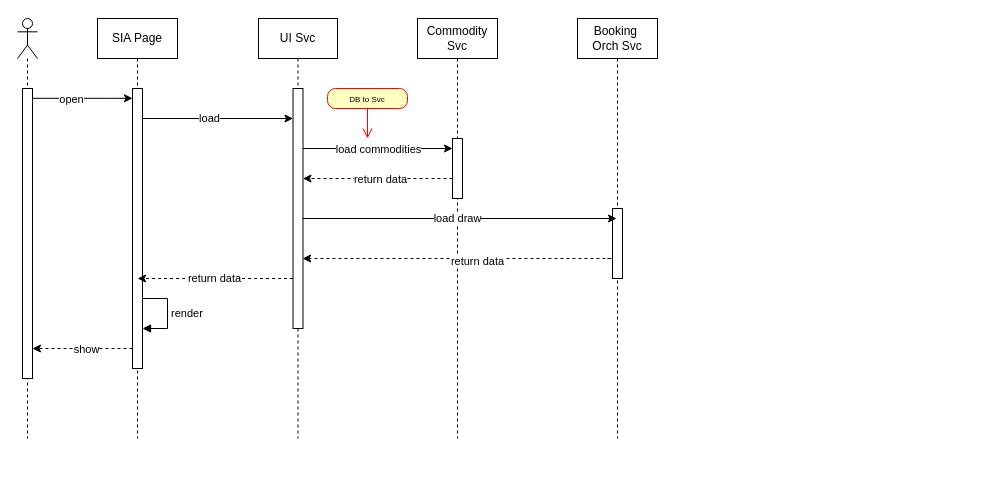
The draw.io diagram page "SIA Init" (2 of 3) of PO Architecure.drawio in TommyVV/chr-diagrams, before the edit. Source tidied: cells renumbered, new cells numbered last; positions are measured from the earlier drawing's top-left corner, leaving out a move shared by most shapes. Both pictures are drawn from the tidied source at 100%, with x=0, y=0 at pixel (17, 18).
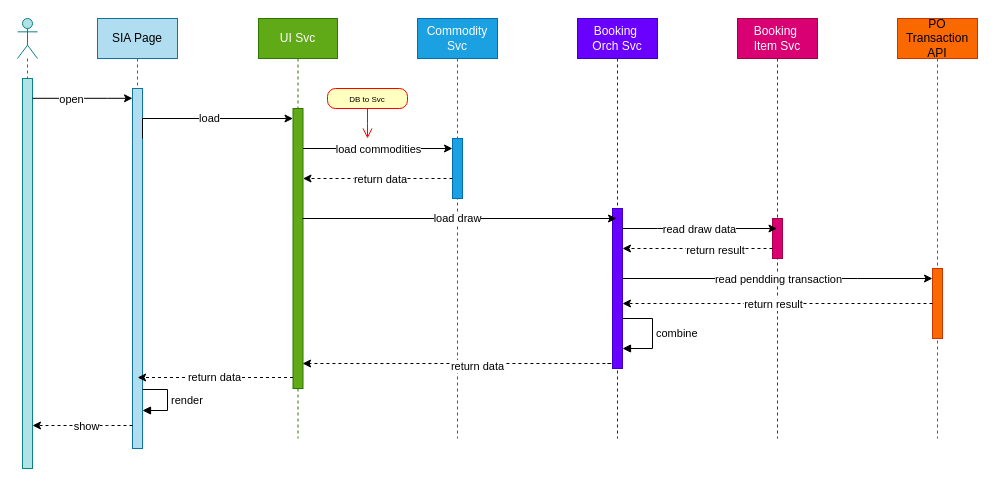
The same page after the edit.

Diff of the diagram source:
```diff
@@
-    <mxCell id="2" value="SIA Page" style="shape=umlLifeline;perimeter=lifelinePerimeter;whiteSpace=wrap;html=1;newEdgeStyle={&quot;curved&quot;:0,&quot;rounded&quot;:0};" parent="1" vertex="1">
-      <mxGeometry x="80" width="80" height="420" as="geometry" />
+    <mxCell id="2" value="SIA Page" style="shape=umlLifeline;perimeter=lifelinePerimeter;whiteSpace=wrap;html=1;newEdgeStyle={&quot;curved&quot;:0,&quot;rounded&quot;:0};fillColor=#b1ddf0;strokeColor=#10739e;" parent="1" vertex="1">
+      <mxGeometry x="80" width="80" height="430" as="geometry" />
     </mxCell>
-    <mxCell id="3" style="html=1;perimeter=orthogonalPerimeter;targetShapes=umlLifeline;newEdgeStyle={&quot;curved&quot;:0,&quot;rounded&quot;:0};" parent="2" vertex="1">
-      <mxGeometry x="35" y="70" width="10" height="280" as="geometry" />
+    <mxCell id="3" style="html=1;perimeter=orthogonalPerimeter;targetShapes=umlLifeline;newEdgeStyle={&quot;curved&quot;:0,&quot;rounded&quot;:0};fillColor=#b1ddf0;strokeColor=#10739e;" parent="2" vertex="1">
+      <mxGeometry x="35" y="70" width="10" height="360" as="geometry" />
     </mxCell>
-    <mxCell id="4" style="shape=umlLifeline;perimeter=lifelinePerimeter;whiteSpace=wrap;html=1;newEdgeStyle={&quot;curved&quot;:0,&quot;rounded&quot;:0};participant=umlActor;" parent="1" vertex="1">
-      <mxGeometry width="20" height="420" as="geometry" />
+    <mxCell id="4" style="shape=umlLifeline;perimeter=lifelinePerimeter;whiteSpace=wrap;html=1;newEdgeStyle={&quot;curved&quot;:0,&quot;rounded&quot;:0};participant=umlActor;fillColor=#b0e3e6;strokeColor=#0e8088;" parent="1" vertex="1">
+      <mxGeometry width="20" height="450" as="geometry" />
     </mxCell>
-    <mxCell id="5" style="html=1;perimeter=orthogonalPerimeter;targetShapes=umlLifeline;newEdgeStyle={&quot;curved&quot;:0,&quot;rounded&quot;:0};" parent="4" vertex="1">
-      <mxGeometry x="5" y="70" width="10" height="290" as="geometry" />
+    <mxCell id="5" style="html=1;perimeter=orthogonalPerimeter;targetShapes=umlLifeline;newEdgeStyle={&quot;curved&quot;:0,&quot;rounded&quot;:0};fillColor=#b0e3e6;strokeColor=#0e8088;" parent="4" vertex="1">
+      <mxGeometry x="5" y="60" width="10" height="390" as="geometry" />
     </mxCell>
-    <mxCell id="6" value="UI Svc" style="shape=umlLifeline;perimeter=lifelinePerimeter;whiteSpace=wrap;html=1;newEdgeStyle={&quot;curved&quot;:0,&quot;rounded&quot;:0};" parent="1" vertex="1">
+    <mxCell id="6" value="UI Svc" style="shape=umlLifeline;perimeter=lifelinePerimeter;whiteSpace=wrap;html=1;newEdgeStyle={&quot;curved&quot;:0,&quot;rounded&quot;:0};fillColor=#60a917;strokeColor=#2D7600;fontColor=#ffffff;" parent="1" vertex="1">
       <mxGeometry x="241" width="79" height="420" as="geometry" />
     </mxCell>
-    <mxCell id="7" style="html=1;points=[[0,0,0,0,5],[0,1,0,0,-5],[1,0,0,0,5],[1,1,0,0,-5]];perimeter=orthogonalPerimeter;outlineConnect=0;targetShapes=umlLifeline;portConstraint=eastwest;newEdgeStyle={&quot;curved&quot;:0,&quot;rounded&quot;:0};" parent="6" vertex="1">
-      <mxGeometry x="34.5" y="70" width="10" height="240" as="geometry" />
+    <mxCell id="7" style="html=1;points=[[0,0,0,0,5],[0,1,0,0,-5],[1,0,0,0,5],[1,1,0,0,-5]];perimeter=orthogonalPerimeter;outlineConnect=0;targetShapes=umlLifeline;portConstraint=eastwest;newEdgeStyle={&quot;curved&quot;:0,&quot;rounded&quot;:0};fillColor=#60a917;fontColor=#ffffff;strokeColor=#2D7600;" parent="6" vertex="1">
+      <mxGeometry x="34.5" y="90" width="10" height="280" as="geometry" />
     </mxCell>
-    <mxCell id="8" value="Commodity Svc" style="shape=umlLifeline;perimeter=lifelinePerimeter;whiteSpace=wrap;html=1;newEdgeStyle={&quot;curved&quot;:0,&quot;rounded&quot;:0};" parent="1" vertex="1">
+    <mxCell id="8" value="Commodity Svc" style="shape=umlLifeline;perimeter=lifelinePerimeter;whiteSpace=wrap;html=1;newEdgeStyle={&quot;curved&quot;:0,&quot;rounded&quot;:0};fillColor=#1ba1e2;strokeColor=#006EAF;fontColor=#ffffff;" parent="1" vertex="1">
       <mxGeometry x="400" width="80" height="420" as="geometry" />
     </mxCell>
-    <mxCell id="9" style="html=1;points=[[0,0,0,0,5],[0,1,0,0,-5],[1,0,0,0,5],[1,1,0,0,-5]];perimeter=orthogonalPerimeter;outlineConnect=0;targetShapes=umlLifeline;portConstraint=eastwest;newEdgeStyle={&quot;curved&quot;:0,&quot;rounded&quot;:0};" parent="8" vertex="1">
+    <mxCell id="9" style="html=1;points=[[0,0,0,0,5],[0,1,0,0,-5],[1,0,0,0,5],[1,1,0,0,-5]];perimeter=orthogonalPerimeter;outlineConnect=0;targetShapes=umlLifeline;portConstraint=eastwest;newEdgeStyle={&quot;curved&quot;:0,&quot;rounded&quot;:0};fillColor=#1ba1e2;fontColor=#ffffff;strokeColor=#006EAF;" parent="8" vertex="1">
       <mxGeometry x="35" y="120" width="10" height="60" as="geometry" />
     </mxCell>
@@
-    <mxCell id="14" value="Booking&amp;nbsp;&lt;br&gt;Orch Svc" style="shape=umlLifeline;perimeter=lifelinePerimeter;whiteSpace=wrap;html=1;newEdgeStyle={&quot;curved&quot;:0,&quot;rounded&quot;:0};" parent="1" vertex="1">
+    <mxCell id="14" value="Booking&amp;nbsp;&lt;br&gt;Orch Svc" style="shape=umlLifeline;perimeter=lifelinePerimeter;whiteSpace=wrap;html=1;newEdgeStyle={&quot;curved&quot;:0,&quot;rounded&quot;:0};fillColor=#6a00ff;strokeColor=#3700CC;fontColor=#ffffff;" parent="1" vertex="1">
       <mxGeometry x="560" width="80" height="420" as="geometry" />
     </mxCell>
-    <mxCell id="15" style="html=1;points=[[0,0,0,0,5],[0,1,0,0,-5],[1,0,0,0,5],[1,1,0,0,-5]];perimeter=orthogonalPerimeter;outlineConnect=0;targetShapes=umlLifeline;portConstraint=eastwest;newEdgeStyle={&quot;curved&quot;:0,&quot;rounded&quot;:0};" parent="14" vertex="1">
-      <mxGeometry x="35" y="190" width="10" height="70" as="geometry" />
+    <mxCell id="15" style="html=1;points=[[0,0,0,0,5],[0,1,0,0,-5],[1,0,0,0,5],[1,1,0,0,-5]];perimeter=orthogonalPerimeter;outlineConnect=0;targetShapes=umlLifeline;portConstraint=eastwest;newEdgeStyle={&quot;curved&quot;:0,&quot;rounded&quot;:0};fillColor=#6a00ff;fontColor=#ffffff;strokeColor=#3700CC;" parent="14" vertex="1">
+      <mxGeometry x="35" y="190" width="10" height="160" as="geometry" />
     </mxCell>
+    <mxCell id="31" value="combine" style="html=1;align=left;spacingLeft=2;endArrow=block;rounded=0;edgeStyle=orthogonalEdgeStyle;curved=0;rounded=0;" parent="14" edge="1">
+      <mxGeometry relative="1" as="geometry">
+        <mxPoint x="45" y="300" as="sourcePoint" />
+        <mxPoint x="45" y="330" as="targetPoint" />
+        <Array as="points">
+          <mxPoint x="75" y="300" />
+          <mxPoint x="75" y="330" />
+        </Array>
+      </mxGeometry>
+    </mxCell>
@@
     <mxCell id="22" style="edgeStyle=orthogonalEdgeStyle;rounded=0;orthogonalLoop=1;jettySize=auto;html=1;curved=0;dashed=1;" parent="1" edge="1">
       <mxGeometry relative="1" as="geometry">
-        <mxPoint x="589.9" y="240" as="sourcePoint" />
-        <mxPoint x="285.1" y="240" as="targetPoint" />
+        <mxPoint x="589.9" y="345" as="sourcePoint" />
+        <mxPoint x="285.1" y="345" as="targetPoint" />
         <Array as="points">
-          <mxPoint x="594.9" y="240" />
+          <mxPoint x="594.9" y="345" />
         </Array>
       </mxGeometry>
     </mxCell>
@@
     <mxCell id="26" style="edgeStyle=orthogonalEdgeStyle;rounded=0;orthogonalLoop=1;jettySize=auto;html=1;curved=0;dashed=1;" parent="1" edge="1">
       <mxGeometry relative="1" as="geometry">
-        <mxPoint x="275.5" y="260" as="sourcePoint" />
-        <mxPoint x="120.1" y="260" as="targetPoint" />
+        <mxPoint x="275.5" y="359" as="sourcePoint" />
+        <mxPoint x="120.1" y="359" as="targetPoint" />
         <Array as="points">
-          <mxPoint x="170" y="260" />
-          <mxPoint x="170" y="260" />
+          <mxPoint x="170" y="359" />
+          <mxPoint x="170" y="359" />
         </Array>
       </mxGeometry>
     </mxCell>
@@
     <mxCell id="28" style="edgeStyle=orthogonalEdgeStyle;rounded=0;orthogonalLoop=1;jettySize=auto;html=1;curved=0;dashed=1;" parent="1" edge="1">
       <mxGeometry relative="1" as="geometry">
-        <mxPoint x="115" y="330" as="sourcePoint" />
-        <mxPoint x="15" y="330" as="targetPoint" />
+        <mxPoint x="115" y="407" as="sourcePoint" />
+        <mxPoint x="15" y="407" as="targetPoint" />
         <Array as="points">
-          <mxPoint x="90" y="330" />
-          <mxPoint x="90" y="330" />
+          <mxPoint x="90" y="407" />
+          <mxPoint x="90" y="407" />
         </Array>
       </mxGeometry>
     </mxCell>
@@
     <mxCell id="30" value="render" style="html=1;align=left;spacingLeft=2;endArrow=block;rounded=0;edgeStyle=orthogonalEdgeStyle;curved=0;rounded=0;exitX=1;exitY=0.857;exitDx=0;exitDy=0;exitPerimeter=0;" parent="1" edge="1">
       <mxGeometry relative="1" as="geometry">
-        <mxPoint x="125" y="280" as="sourcePoint" />
-        <mxPoint x="125" y="310" as="targetPoint" />
+        <mxPoint x="125" y="371" as="sourcePoint" />
+        <mxPoint x="125" y="392" as="targetPoint" />
         <Array as="points">
-          <mxPoint x="150" y="280" />
-          <mxPoint x="150" y="310" />
+          <mxPoint x="150" y="371" />
+          <mxPoint x="150" y="392" />
         </Array>
       </mxGeometry>
     </mxCell>
+    <mxCell id="32" value="Booking&amp;nbsp;&lt;br&gt;Item Svc" style="shape=umlLifeline;perimeter=lifelinePerimeter;whiteSpace=wrap;html=1;outlineConnect=0;portConstraint=eastwest;newEdgeStyle={&quot;curved&quot;:0,&quot;rounded&quot;:0};fillColor=#d80073;fontColor=#ffffff;strokeColor=#A50040;" parent="1" vertex="1">
+      <mxGeometry x="720" width="80" height="420" as="geometry" />
+    </mxCell>
+    <mxCell id="33" style="html=1;perimeter=orthogonalPerimeter;targetShapes=umlLifeline;newEdgeStyle={&quot;curved&quot;:0,&quot;rounded&quot;:0};fillColor=#d80073;fontColor=#ffffff;strokeColor=#A50040;" parent="32" vertex="1">
+      <mxGeometry x="35" y="200" width="10" height="40" as="geometry" />
+    </mxCell>
+    <mxCell id="34" value="PO Transaction API" style="shape=umlLifeline;perimeter=lifelinePerimeter;whiteSpace=wrap;html=1;newEdgeStyle={&quot;curved&quot;:0,&quot;rounded&quot;:0};fillColor=#fa6800;fontColor=#000000;strokeColor=#C73500;" parent="1" vertex="1">
+      <mxGeometry x="880" width="80" height="420" as="geometry" />
+    </mxCell>
+    <mxCell id="35" style="html=1;perimeter=orthogonalPerimeter;targetShapes=umlLifeline;newEdgeStyle={&quot;curved&quot;:0,&quot;rounded&quot;:0};fillColor=#fa6800;fontColor=#000000;strokeColor=#C73500;" parent="34" vertex="1">
+      <mxGeometry x="35" y="250" width="10" height="70" as="geometry" />
+    </mxCell>
+    <mxCell id="36" style="edgeStyle=orthogonalEdgeStyle;rounded=0;jettySize=auto;html=1;curved=0;" parent="1" edge="1" source="15" target="32">
+      <mxGeometry relative="1" as="geometry">
+        <Array as="points">
+          <mxPoint x="640" y="210" />
+          <mxPoint x="640" y="210" />
+        </Array>
+      </mxGeometry>
+    </mxCell>
+    <mxCell id="37" value="read draw data" style="edgeLabel;html=1;align=center;verticalAlign=middle;" parent="36" vertex="1">
+      <mxGeometry x="-0.02" relative="1" as="geometry" />
+    </mxCell>
+    <mxCell id="38" style="edgeStyle=orthogonalEdgeStyle;rounded=0;orthogonalLoop=1;jettySize=auto;html=1;curved=0;dashed=1;" parent="1" edge="1">
+      <mxGeometry relative="1" as="geometry">
+        <mxPoint x="755" y="230" as="sourcePoint" />
+        <mxPoint x="605" y="230" as="targetPoint" />
+        <Array as="points">
+          <mxPoint x="710" y="230" />
+          <mxPoint x="710" y="230" />
+        </Array>
+      </mxGeometry>
+    </mxCell>
+    <mxCell id="39" value="return result" style="edgeLabel;html=1;align=center;verticalAlign=middle;" parent="38" vertex="1">
+      <mxGeometry x="-0.23" y="1" relative="1" as="geometry" />
+    </mxCell>
+    <mxCell id="40" style="edgeStyle=orthogonalEdgeStyle;rounded=0;orthogonalLoop=1;jettySize=auto;html=1;curved=0;" parent="1" edge="1">
+      <mxGeometry relative="1" as="geometry">
+        <mxPoint x="605" y="260" as="sourcePoint" />
+        <mxPoint x="915" y="260" as="targetPoint" />
+        <Array as="points">
+          <mxPoint x="840" y="260" />
+          <mxPoint x="840" y="260" />
+        </Array>
+      </mxGeometry>
+    </mxCell>
+    <mxCell id="41" value="read pendding transaction" style="edgeLabel;html=1;align=center;verticalAlign=middle;" parent="40" vertex="1">
+      <mxGeometry relative="1" as="geometry" />
+    </mxCell>
+    <mxCell id="42" style="edgeStyle=orthogonalEdgeStyle;rounded=0;orthogonalLoop=1;jettySize=auto;html=1;curved=0;dashed=1;" parent="1" edge="1">
+      <mxGeometry relative="1" as="geometry">
+        <mxPoint x="915" y="285" as="sourcePoint" />
+        <mxPoint x="605" y="285" as="targetPoint" />
+        <Array as="points">
+          <mxPoint x="840" y="285" />
+          <mxPoint x="840" y="285" />
+        </Array>
+      </mxGeometry>
+    </mxCell>
+    <mxCell id="43" value="return result" style="edgeLabel;html=1;align=center;verticalAlign=middle;" parent="42" vertex="1">
+      <mxGeometry x="0.03" relative="1" as="geometry" />
+    </mxCell>
```
